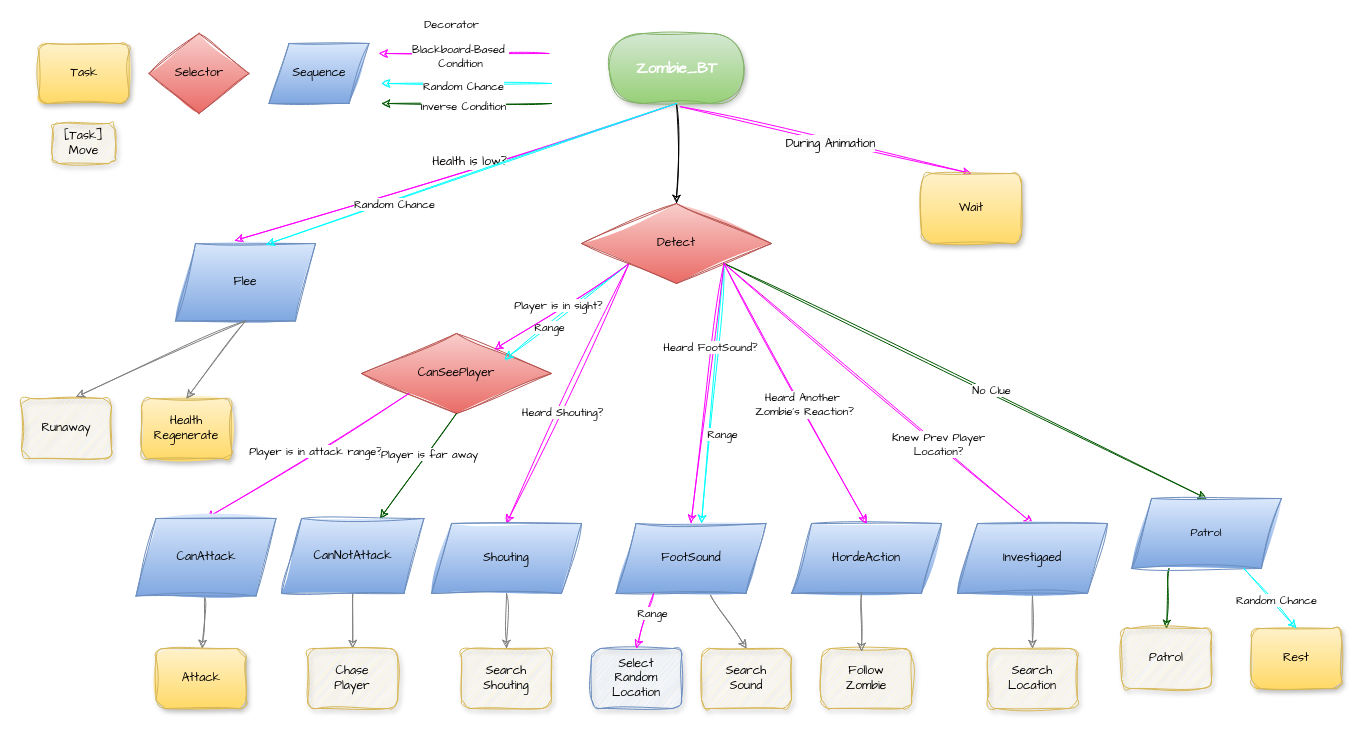
The draw.io diagram JungSeungWon/기타/Zombie_BT.drawio in 2023gamedev/project, before the edit. Source tidied: cells renumbered, new cells numbered last; positions are measured from the earlier drawing's top-left corner, leaving out a move shared by most shapes. Both pictures are drawn from the tidied source at 100%, with x=0, y=0 at pixel (21, 23).
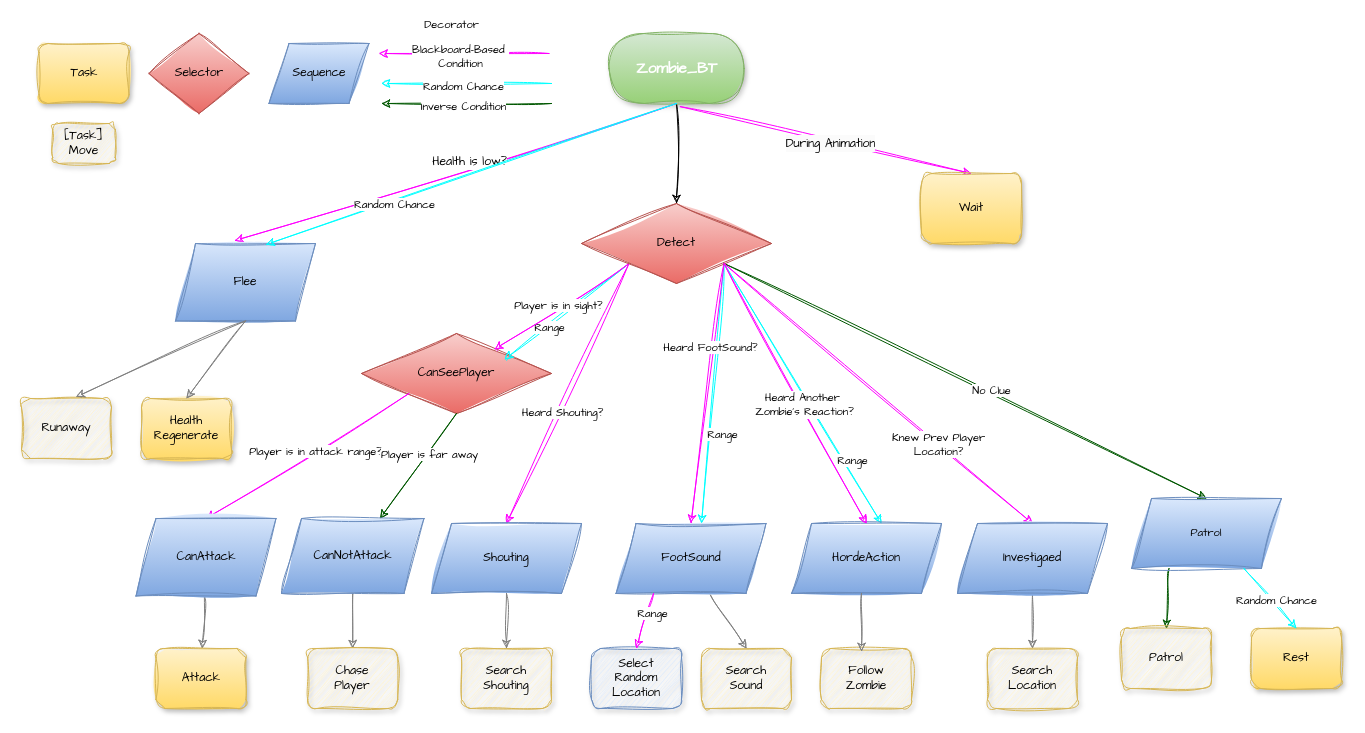
The same diagram, later.

Unchanged cells that the change refers to:
```xml
<mxCell id="19" value="Detect" style="rhombus;whiteSpace=wrap;html=1;sketch=1;hachureGap=4;jiggle=2;curveFitting=1;fontFamily=Architects Daughter;fillColor=#f8cecc;gradientColor=#ea6b66;strokeColor=#b85450;" parent="1" vertex="1">
  <mxGeometry x="560" y="180" width="190" height="80" as="geometry" />
</mxCell>
```

Change to the diagram source:
```diff
@@
+    <mxCell id="76" style="rounded=0;sketch=1;hachureGap=4;jiggle=2;curveFitting=1;jettySize=auto;html=1;exitX=1;exitY=1;exitDx=0;exitDy=0;fontFamily=Architects Daughter;fillColor=#d5e8d4;gradientColor=#97d077;strokeColor=#00FFFF;" parent="1" edge="1" source="19">
+      <mxGeometry relative="1" as="geometry">
+        <mxPoint x="860" y="500" as="targetPoint" />
+      </mxGeometry>
+    </mxCell>
+    <mxCell id="77" value="Range" style="edgeLabel;html=1;align=center;verticalAlign=middle;sketch=1;hachureGap=4;jiggle=2;curveFitting=1;fontFamily=Architects Daughter;" parent="76" vertex="1">
+      <mxGeometry x="0.26" relative="1" as="geometry">
+        <mxPoint x="29" y="32" as="offset" />
+      </mxGeometry>
+    </mxCell>
```
